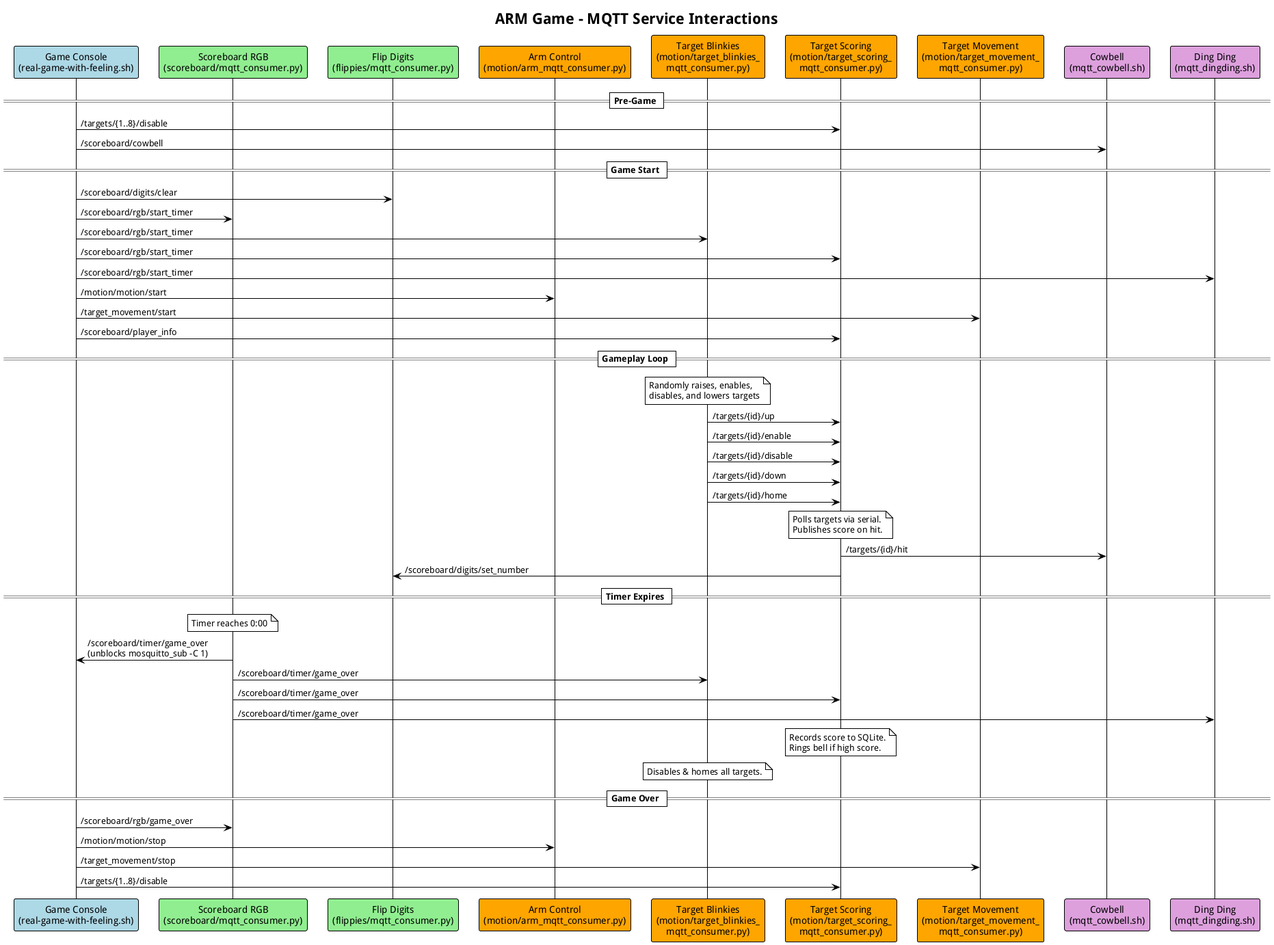
This is docs/MQTT Service Architecture.png from PawprintPrototyping/arm-game, a PlantUML export, as it was before one commit.
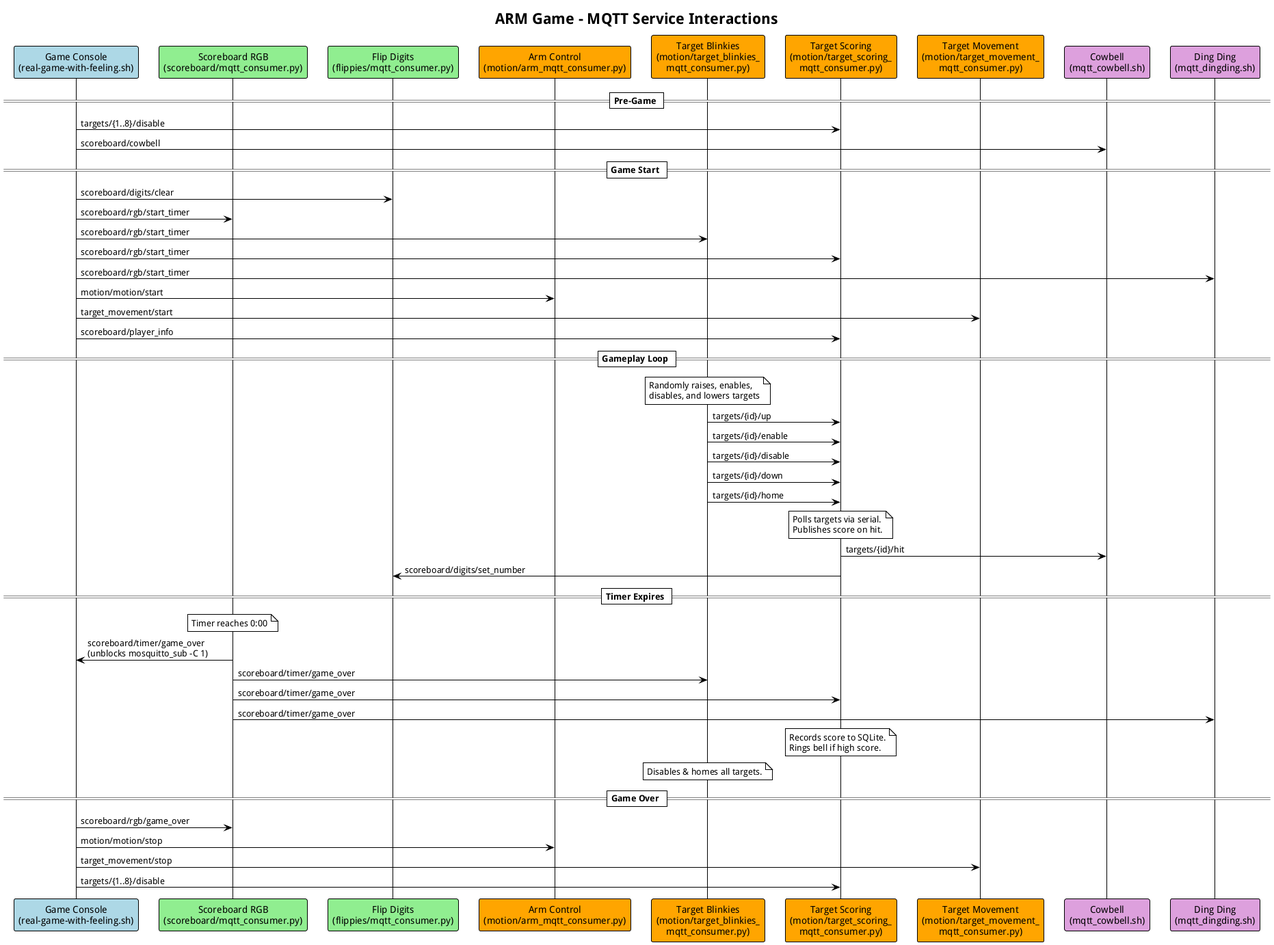
The same diagram one commit later.

Commit message:
Generate PNGs for PlantUML diagrams

Change to the diagram source:
```diff
@@ -14,56 +14,56 @@
 
 == Pre-Game ==
 
-Game -> Scoring : /targets/{1..8}/disable
-Game -> Cowbell : /scoreboard/cowbell
+Game -> Scoring : targets/{1..8}/disable
+Game -> Cowbell : scoreboard/cowbell
 
 == Game Start ==
 
-Game -> Flippies : /scoreboard/digits/clear
+Game -> Flippies : scoreboard/digits/clear
 
-Game -> ScoreboardRGB : /scoreboard/rgb/start_timer
-Game -> Blinkies : /scoreboard/rgb/start_timer
-Game -> Scoring : /scoreboard/rgb/start_timer
-Game -> DingDing : /scoreboard/rgb/start_timer
+Game -> ScoreboardRGB : scoreboard/rgb/start_timer
+Game -> Blinkies : scoreboard/rgb/start_timer
+Game -> Scoring : scoreboard/rgb/start_timer
+Game -> DingDing : scoreboard/rgb/start_timer
 
-Game -> Arm : /motion/motion/start
+Game -> Arm : motion/motion/start
 
-Game -> Movement : /target_movement/start
+Game -> Movement : target_movement/start
 
-Game -> Scoring : /scoreboard/player_info
+Game -> Scoring : scoreboard/player_info
 
 == Gameplay Loop ==
 
 note over Blinkies : Randomly raises, enables,\ndisables, and lowers targets
 
-Blinkies -> Scoring : /targets/{id}/up
-Blinkies -> Scoring : /targets/{id}/enable
-Blinkies -> Scoring : /targets/{id}/disable
-Blinkies -> Scoring : /targets/{id}/down
-Blinkies -> Scoring : /targets/{id}/home
+Blinkies -> Scoring : targets/{id}/up
+Blinkies -> Scoring : targets/{id}/enable
+Blinkies -> Scoring : targets/{id}/disable
+Blinkies -> Scoring : targets/{id}/down
+Blinkies -> Scoring : targets/{id}/home
 
 note over Scoring : Polls targets via serial.\nPublishes score on hit.
 
-Scoring -> Cowbell : /targets/{id}/hit
-Scoring -> Flippies : /scoreboard/digits/set_number
+Scoring -> Cowbell : targets/{id}/hit
+Scoring -> Flippies : scoreboard/digits/set_number
 
 == Timer Expires ==
 
 note over ScoreboardRGB : Timer reaches 0:00
 
-ScoreboardRGB -> Game : /scoreboard/timer/game_over\n(unblocks mosquitto_sub -C 1)
-ScoreboardRGB -> Blinkies : /scoreboard/timer/game_over
-ScoreboardRGB -> Scoring : /scoreboard/timer/game_over
-ScoreboardRGB -> DingDing : /scoreboard/timer/game_over
+ScoreboardRGB -> Game : scoreboard/timer/game_over\n(unblocks mosquitto_sub -C 1)
+ScoreboardRGB -> Blinkies : scoreboard/timer/game_over
+ScoreboardRGB -> Scoring : scoreboard/timer/game_over
+ScoreboardRGB -> DingDing : scoreboard/timer/game_over
 
 note over Scoring : Records score to SQLite.\nRings bell if high score.
 note over Blinkies : Disables & homes all targets.
 
 == Game Over ==
 
-Game -> ScoreboardRGB : /scoreboard/rgb/game_over
-Game -> Arm : /motion/motion/stop
-Game -> Movement : /target_movement/stop
-Game -> Scoring : /targets/{1..8}/disable
+Game -> ScoreboardRGB : scoreboard/rgb/game_over
+Game -> Arm : motion/motion/stop
+Game -> Movement : target_movement/stop
+Game -> Scoring : targets/{1..8}/disable
 
 @enduml
```
